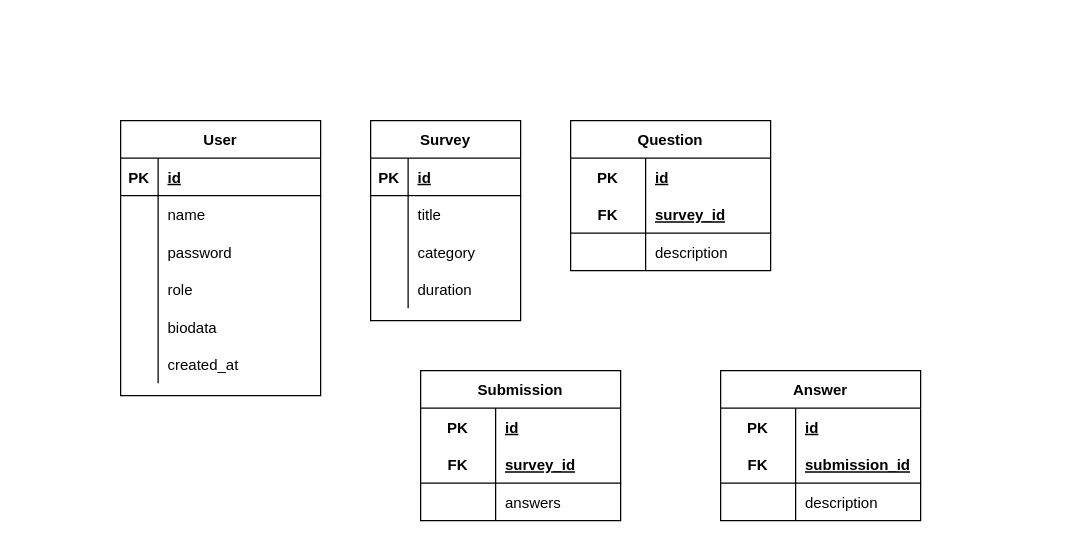
ariefrahmanna/omaapinions keeps this draw.io diagram as page "ER Diagram" (2 of 2) of omaapinions.drawio. Above is the earlier version. Source tidied: cells renumbered, new cells numbered last; positions are measured from the earlier drawing's top-left corner, leaving out a move shared by most shapes. Both pictures are drawn from the tidied source at 125%, with x=0, y=0 at pixel (120, 120).
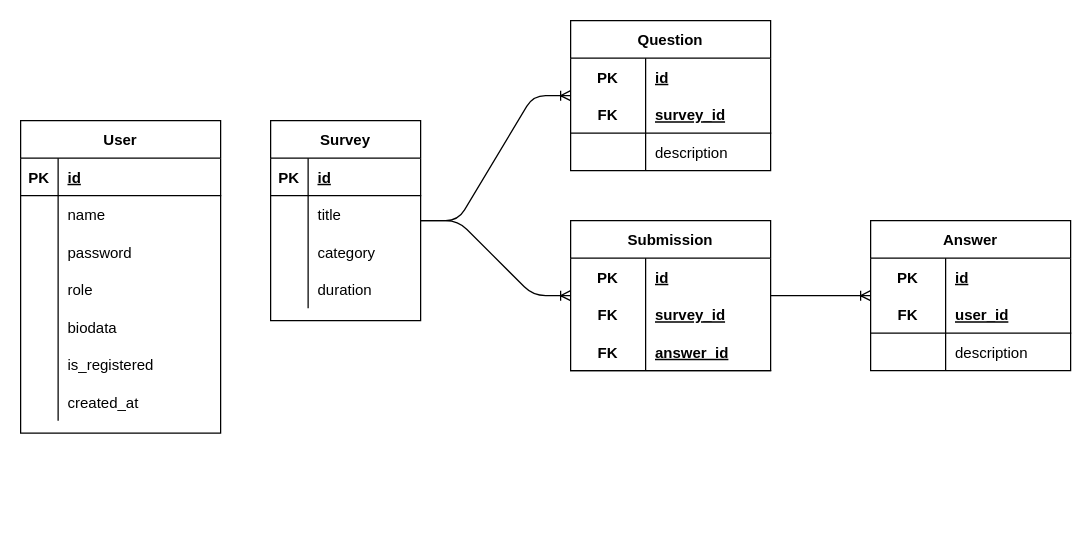
The same page after the edit.

Unchanged cells that the change refers to:
```xml
<mxCell id="60" style="shape=tableRow;horizontal=0;startSize=0;swimlaneHead=0;swimlaneBody=0;fillColor=none;top=0;left=0;right=0;bottom=1;" parent="56" vertex="1">
  <mxGeometry y="60" width="160" height="30" as="geometry" />
</mxCell>
```

Diff of the diagram source:
```diff
@@
     <mxCell id="2" value="User" style="shape=table;startSize=30;childLayout=tableLayout;rowLines=0;fontStyle=1;align=center;" parent="1" vertex="1">
-      <mxGeometry width="160" height="220" as="geometry" />
+      <mxGeometry x="-80" width="160" height="250" as="geometry" />
     </mxCell>
@@
+    <mxCell id="66" style="shape=tableRow;horizontal=0;startSize=0;swimlaneHead=0;swimlaneBody=0;fillColor=none;top=0;left=0;right=0;bottom=0;" parent="2" vertex="1">
+      <mxGeometry y="180" width="160" height="30" as="geometry" />
+    </mxCell>
+    <mxCell id="22" style="shape=partialRectangle;fillColor=none;top=0;left=0;bottom=0;right=0;overflow=hidden;" parent="66" vertex="1">
+      <mxGeometry width="30" height="30" as="geometry" />
+    </mxCell>
+    <mxCell id="67" value="is_registered" style="shape=partialRectangle;fillColor=none;top=0;left=0;bottom=0;right=0;align=left;spacingLeft=6;overflow=hidden;" parent="66" vertex="1">
+      <mxGeometry x="30" width="130" height="30" as="geometry" />
+    </mxCell>
     <mxCell id="18" style="shape=tableRow;horizontal=0;startSize=0;swimlaneHead=0;swimlaneBody=0;fillColor=none;top=0;left=0;right=0;bottom=0;" parent="2" vertex="1">
-      <mxGeometry y="180" width="160" height="30" as="geometry" />
+      <mxGeometry y="210" width="160" height="30" as="geometry" />
     </mxCell>
@@
     <mxCell id="21" style="shape=tableRow;horizontal=0;startSize=0;swimlaneHead=0;swimlaneBody=0;fillColor=none;top=0;left=0;right=0;bottom=0;" parent="1" vertex="1">
-      <mxGeometry x="80" y="190" width="180" height="30" as="geometry" />
+      <mxGeometry x="10" y="190" width="180" height="30" as="geometry" />
     </mxCell>
-    <mxCell id="22" style="shape=partialRectangle;fillColor=none;top=0;left=0;bottom=0;right=0;overflow=hidden;" parent="21" vertex="1">
-      <mxGeometry width="30" height="30" as="geometry" />
-    </mxCell>
     <mxCell id="23" value="Survey" style="shape=table;startSize=30;childLayout=tableLayout;rowLines=0;fontStyle=1;align=center;" parent="1" vertex="1">
-      <mxGeometry x="200" width="120" height="160" as="geometry" />
+      <mxGeometry x="120" width="120" height="160" as="geometry" />
     </mxCell>
@@
     <mxCell id="36" value="Question" style="shape=table;startSize=30;childLayout=tableLayout;rowLines=0;fontStyle=1;align=center;" parent="1" vertex="1">
-      <mxGeometry x="360" width="160" height="120" as="geometry" />
+      <mxGeometry x="360" y="-80" width="160" height="120" as="geometry" />
     </mxCell>
-    <mxCell id="37" style="shape=tableRow;horizontal=0;startSize=0;swimlaneHead=0;swimlaneBody=0;fillColor=none;top=0;left=0;right=0;bottom=0;" parent="36" vertex="1">
-      <mxGeometry y="30" width="160" height="30" as="geometry" />
-    </mxCell>
-    <mxCell id="38" value="PK" style="shape=partialRectangle;fillColor=none;top=0;left=0;bottom=0;right=0;fontStyle=1;overflow=hidden;" parent="37" vertex="1">
-      <mxGeometry width="60" height="30" as="geometry" />
-    </mxCell>
-    <mxCell id="39" value="id" style="shape=partialRectangle;fillColor=none;top=0;left=0;bottom=0;right=0;align=left;spacingLeft=6;fontStyle=5;overflow=hidden;" parent="37" vertex="1">
-      <mxGeometry x="60" width="100" height="30" as="geometry" />
-    </mxCell>
+    <mxCell id="68" style="shape=tableRow;horizontal=0;startSize=0;swimlaneHead=0;swimlaneBody=0;fillColor=none;top=0;left=0;right=0;bottom=0;" parent="36" vertex="1">
+      <mxGeometry y="30" width="160" height="30" as="geometry" />
+    </mxCell>
+    <mxCell id="69" value="PK" style="shape=partialRectangle;fillColor=none;top=0;left=0;bottom=0;right=0;fontStyle=1;overflow=hidden;" parent="68" vertex="1">
+      <mxGeometry width="60" height="30" as="geometry" />
+    </mxCell>
+    <mxCell id="70" value="id" style="shape=partialRectangle;fillColor=none;top=0;left=0;bottom=0;right=0;align=left;spacingLeft=6;fontStyle=5;overflow=hidden;" parent="68" vertex="1">
+      <mxGeometry x="60" width="100" height="30" as="geometry" />
+    </mxCell>
@@
     <mxCell id="46" value="Submission" style="shape=table;startSize=30;childLayout=tableLayout;rowLines=0;fontStyle=1;align=center;" parent="1" vertex="1">
-      <mxGeometry x="240" y="200" width="160" height="120" as="geometry" />
+      <mxGeometry x="360" y="80" width="160" height="120" as="geometry" />
     </mxCell>
-    <mxCell id="47" style="shape=tableRow;horizontal=0;startSize=0;swimlaneHead=0;swimlaneBody=0;fillColor=none;top=0;left=0;right=0;bottom=0;" parent="46" vertex="1">
-      <mxGeometry y="30" width="160" height="30" as="geometry" />
-    </mxCell>
-    <mxCell id="48" value="PK" style="shape=partialRectangle;fillColor=none;top=0;left=0;bottom=0;right=0;fontStyle=1;overflow=hidden;" parent="47" vertex="1">
-      <mxGeometry width="60" height="30" as="geometry" />
-    </mxCell>
-    <mxCell id="49" value="id" style="shape=partialRectangle;fillColor=none;top=0;left=0;bottom=0;right=0;align=left;spacingLeft=6;fontStyle=5;overflow=hidden;" parent="47" vertex="1">
-      <mxGeometry x="60" width="100" height="30" as="geometry" />
-    </mxCell>
+    <mxCell id="71" style="shape=tableRow;horizontal=0;startSize=0;swimlaneHead=0;swimlaneBody=0;fillColor=none;top=0;left=0;right=0;bottom=0;" parent="46" vertex="1">
+      <mxGeometry y="30" width="160" height="30" as="geometry" />
+    </mxCell>
+    <mxCell id="72" value="PK" style="shape=partialRectangle;fillColor=none;top=0;left=0;bottom=0;right=0;fontStyle=1;overflow=hidden;" parent="71" vertex="1">
+      <mxGeometry width="60" height="30" as="geometry" />
+    </mxCell>
+    <mxCell id="73" value="id" style="shape=partialRectangle;fillColor=none;top=0;left=0;bottom=0;right=0;align=left;spacingLeft=6;fontStyle=5;overflow=hidden;" parent="71" vertex="1">
+      <mxGeometry x="60" width="100" height="30" as="geometry" />
+    </mxCell>
+    <mxCell id="74" style="shape=tableRow;horizontal=0;startSize=0;swimlaneHead=0;swimlaneBody=0;fillColor=none;top=0;left=0;right=0;bottom=0;" parent="46" vertex="1">
+      <mxGeometry y="60" width="160" height="30" as="geometry" />
+    </mxCell>
+    <mxCell id="75" value="FK" style="shape=partialRectangle;fillColor=none;top=0;left=0;bottom=0;right=0;fontStyle=1;overflow=hidden;" parent="74" vertex="1">
+      <mxGeometry width="60" height="30" as="geometry" />
+    </mxCell>
+    <mxCell id="76" value="survey_id" style="shape=partialRectangle;fillColor=none;top=0;left=0;bottom=0;right=0;align=left;spacingLeft=6;fontStyle=5;overflow=hidden;" parent="74" vertex="1">
+      <mxGeometry x="60" width="100" height="30" as="geometry" />
+    </mxCell>
     <mxCell id="50" style="shape=tableRow;horizontal=0;startSize=0;swimlaneHead=0;swimlaneBody=0;fillColor=none;top=0;left=0;right=0;bottom=1;" parent="46" vertex="1">
-      <mxGeometry y="60" width="160" height="30" as="geometry" />
+      <mxGeometry y="90" width="160" height="30" as="geometry" />
     </mxCell>
@@
-    <mxCell id="52" value="survey_id" style="shape=partialRectangle;fillColor=none;top=0;left=0;bottom=0;right=0;align=left;spacingLeft=6;fontStyle=5;overflow=hidden;" parent="50" vertex="1">
+    <mxCell id="52" value="answer_id" style="shape=partialRectangle;fillColor=none;top=0;left=0;bottom=0;right=0;align=left;spacingLeft=6;fontStyle=5;overflow=hidden;" parent="50" vertex="1">
       <mxGeometry x="60" width="100" height="30" as="geometry" />
     </mxCell>
-    <mxCell id="53" style="shape=tableRow;horizontal=0;startSize=0;swimlaneHead=0;swimlaneBody=0;fillColor=none;top=0;left=0;right=0;bottom=0;" parent="46" vertex="1">
-      <mxGeometry y="90" width="160" height="30" as="geometry" />
-    </mxCell>
-    <mxCell id="54" style="shape=partialRectangle;fillColor=none;top=0;left=0;bottom=0;right=0;overflow=hidden;" parent="53" vertex="1">
-      <mxGeometry width="60" height="30" as="geometry" />
-    </mxCell>
-    <mxCell id="55" value="answers" style="shape=partialRectangle;fillColor=none;top=0;left=0;bottom=0;right=0;align=left;spacingLeft=6;overflow=hidden;" parent="53" vertex="1">
-      <mxGeometry x="60" width="100" height="30" as="geometry" />
-    </mxCell>
     <mxCell id="56" value="Answer" style="shape=table;startSize=30;childLayout=tableLayout;rowLines=0;fontStyle=1;align=center;" parent="1" vertex="1">
-      <mxGeometry x="480" y="200" width="160" height="120" as="geometry" />
+      <mxGeometry x="600" y="80" width="160" height="120" as="geometry" />
     </mxCell>
@@
-    <mxCell id="62" value="submission_id" style="shape=partialRectangle;fillColor=none;top=0;left=0;bottom=0;right=0;align=left;spacingLeft=6;fontStyle=5;overflow=hidden;" parent="60" vertex="1">
+    <mxCell id="62" value="user_id" style="shape=partialRectangle;fillColor=none;top=0;left=0;bottom=0;right=0;align=left;spacingLeft=6;fontStyle=5;overflow=hidden;" parent="60" vertex="1">
       <mxGeometry x="60" width="100" height="30" as="geometry" />
     </mxCell>
@@
+    <mxCell id="77" style="edgeStyle=entityRelationEdgeStyle;fontSize=12;html=1;endArrow=ERoneToMany;" parent="1" edge="1" source="23" target="36">
+      <mxGeometry relative="1" as="geometry" />
+    </mxCell>
+    <mxCell id="78" style="edgeStyle=entityRelationEdgeStyle;fontSize=12;html=1;endArrow=ERoneToMany;" parent="1" edge="1" source="23" target="46">
+      <mxGeometry relative="1" as="geometry" />
+    </mxCell>
+    <mxCell id="79" style="edgeStyle=entityRelationEdgeStyle;fontSize=12;html=1;endArrow=ERoneToMany;" parent="1" edge="1" source="46" target="56">
+      <mxGeometry relative="1" as="geometry" />
+    </mxCell>
```
